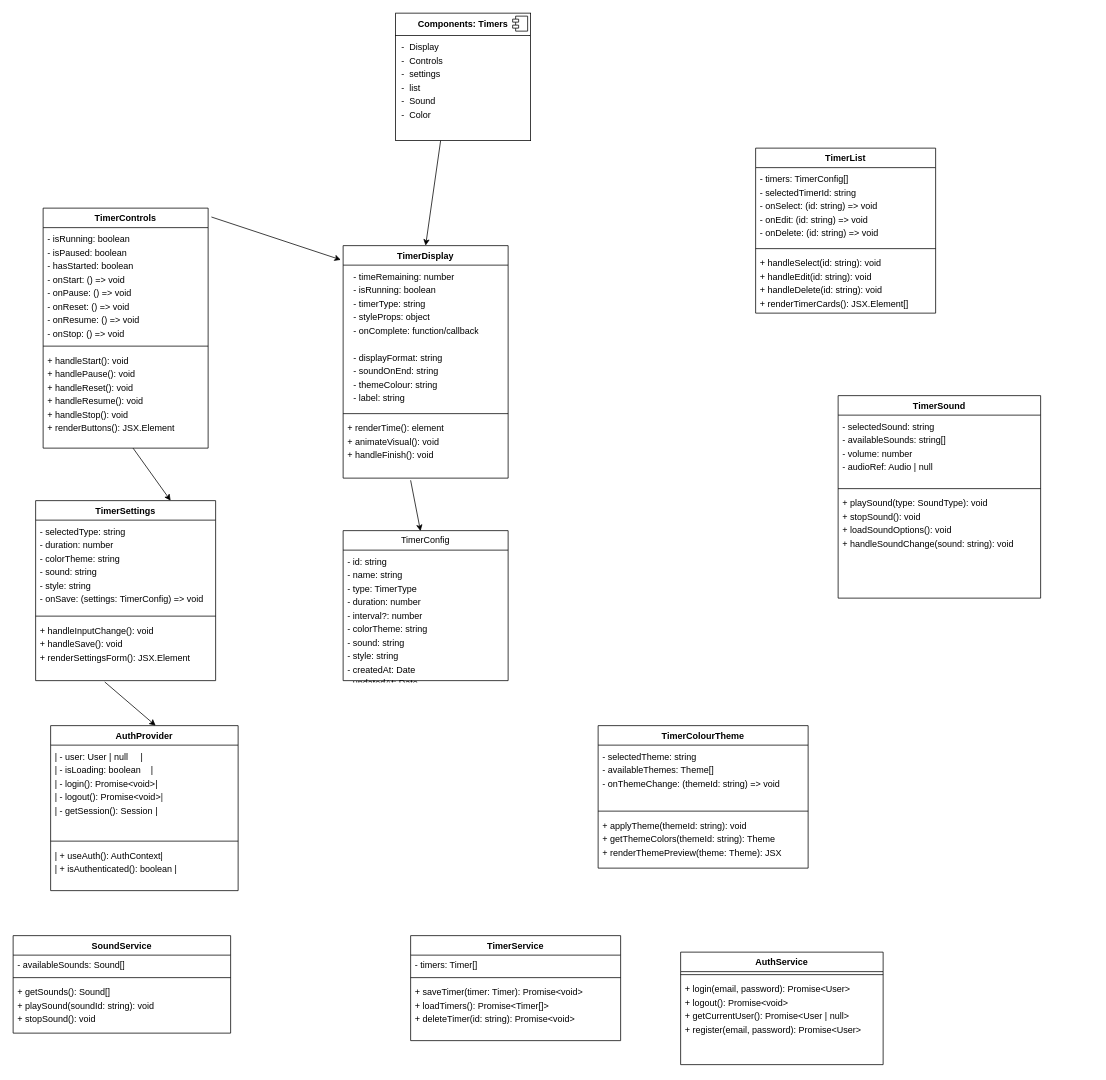
Before: visual-timers.drawio in JGrineau/visual-timers, a draw.io diagram. Source tidied: cells renumbered, new cells numbered last; positions are measured from the earlier drawing's top-left corner, leaving out a move shared by most shapes. Both pictures are drawn from the tidied source at 75%, with x=0, y=0 at pixel (13, 13).
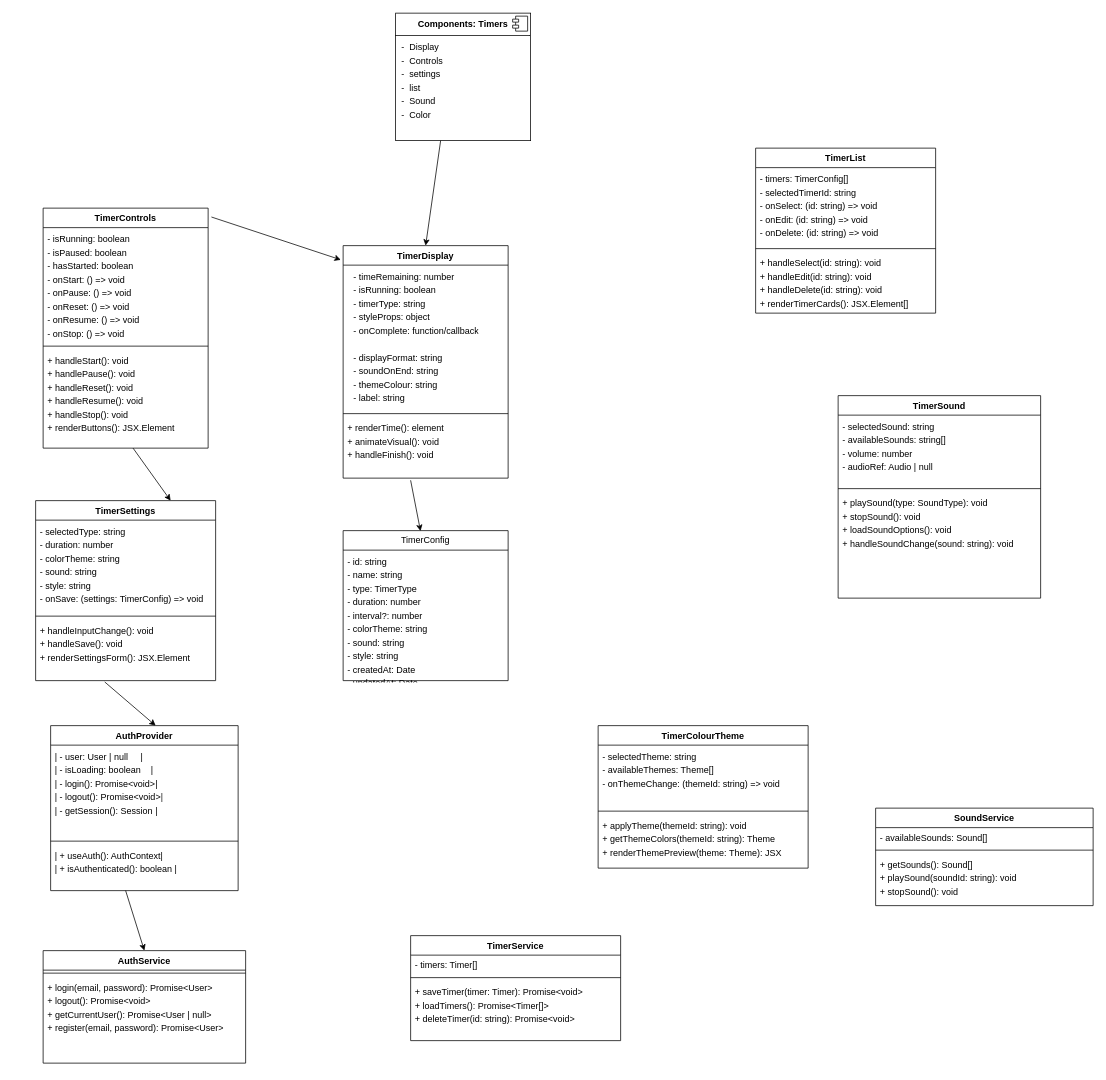
The same diagram, later.

The change refers to these unchanged cells:
```xml
<mxCell id="35" value="&lt;div style=&quot;line-height: 150%;&quot;&gt;&lt;div&gt;&lt;span style=&quot;font-size: 12px;&quot;&gt;| + useAuth(): AuthContext|&lt;/span&gt;&lt;/div&gt;&lt;div&gt;&lt;span style=&quot;font-size: 12px;&quot;&gt;| + isAuthenticated(): boolean |&lt;/span&gt;&lt;/div&gt;&lt;/div&gt;" style="text;strokeColor=none;fillColor=none;align=left;verticalAlign=top;spacingLeft=4;spacingRight=4;overflow=hidden;points=[[0,0.5],[1,0.5]];portConstraint=eastwest;whiteSpace=wrap;html=1;" parent="32" vertex="1">
  <mxGeometry y="158" width="250" height="62" as="geometry" />
</mxCell>
```

Diff of the diagram source:
```diff
@@
     <mxCell id="40" value="SoundService&lt;div&gt;&lt;br&gt;&lt;/div&gt;" style="swimlane;fontStyle=1;align=center;verticalAlign=top;horizontal=1;startSize=26;whiteSpace=wrap;html=1;" parent="1" vertex="1">
-      <mxGeometry y="1230" width="290" height="130" as="geometry" />
+      <mxGeometry x="1150" y="1060" width="290" height="130" as="geometry" />
     </mxCell>
@@
     <mxCell id="44" value="AuthService" style="swimlane;fontStyle=1;align=center;verticalAlign=top;horizontal=1;startSize=26;whiteSpace=wrap;html=1;" parent="1" vertex="1">
-      <mxGeometry x="890" y="1252" width="270" height="150" as="geometry" />
+      <mxGeometry x="40" y="1250" width="270" height="150" as="geometry" />
     </mxCell>
@@
+    <mxCell id="50" style="endArrow=classic;html=1;rounded=0;entryX=0.5;entryY=0;entryDx=0;entryDy=0;exitX=0.4;exitY=1;exitDx=0;exitDy=0;exitPerimeter=0;" parent="1" edge="1" source="35" target="44">
+      <mxGeometry relative="1" as="geometry" />
+    </mxCell>
```
